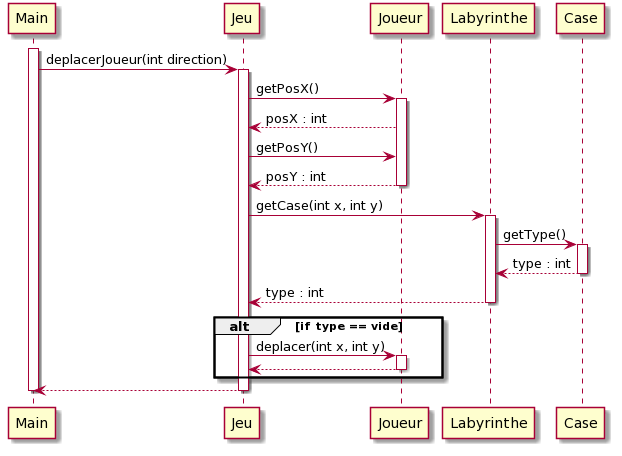
This is documents/version_1/Diagramme_séquence_mouvement_contre_mur.png from icetomtom/2020_COO_Zeldiablo_muller742u_etchevar1u_huet41u_bouillo15u, a PlantUML export, as it was before one commit.
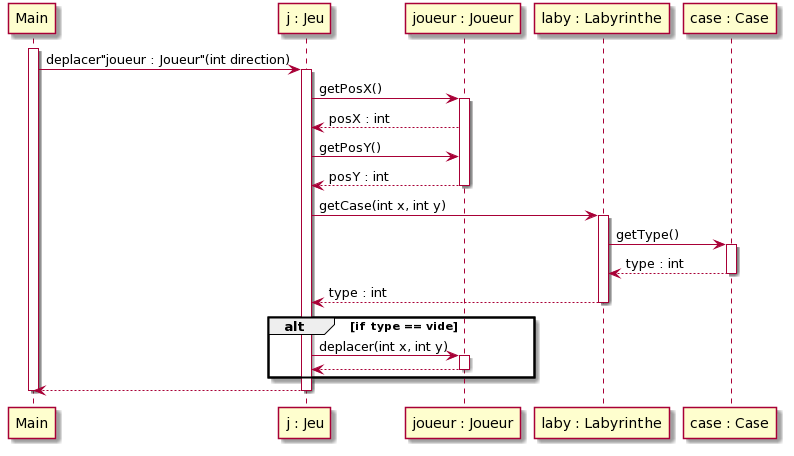
The same file after the commit.

Diff of the diagram source:
```diff
@@ -1,34 +1,34 @@
 @startuml
 activate Main
-Main -> Jeu : deplacerJoueur(int direction)
-activate Jeu
+Main -> "j : Jeu" : deplacer"joueur : Joueur"(int direction)
+activate "j : Jeu"
 
-Jeu -> Joueur : getPosX()
-activate Joueur
-Joueur --> Jeu : posX : int
-Jeu -> Joueur : getPosY()
-Joueur --> Jeu : posY : int
-deactivate Joueur
+"j : Jeu" -> "joueur : Joueur" : getPosX()
+activate "joueur : Joueur"
+"joueur : Joueur" --> "j : Jeu" : posX : int
+"j : Jeu" -> "joueur : Joueur" : getPosY()
+"joueur : Joueur" --> "j : Jeu" : posY : int
+deactivate "joueur : Joueur"
 
-Jeu -> Labyrinthe : getCase(int x, int y)
-activate Labyrinthe
+"j : Jeu" -> "laby : Labyrinthe" : getCase(int x, int y)
+activate "laby : Labyrinthe"
 
-Labyrinthe -> Case : getType()
-activate Case
-Case --> Labyrinthe : type : int
-deactivate Case
+"laby : Labyrinthe" -> "case : Case" : getType()
+activate "case : Case"
+"case : Case" --> "laby : Labyrinthe" : type : int
+deactivate "case : Case"
 
-Labyrinthe --> Jeu : type : int
-deactivate Labyrinthe
+"laby : Labyrinthe" --> "j : Jeu" : type : int
+deactivate "laby : Labyrinthe"
 
 alt if type == vide
-    Jeu -> Joueur : deplacer(int x, int y)
-    activate Joueur
-    Joueur --> Jeu
-    deactivate Joueur
+    "j : Jeu" -> "joueur : Joueur" : deplacer(int x, int y)
+    activate "joueur : Joueur"
+    "joueur : Joueur" --> "j : Jeu"
+    deactivate "joueur : Joueur"
 end
 
-Jeu --> Main
-deactivate Jeu
+"j : Jeu" --> Main
+deactivate "j : Jeu"
 deactivate Main
 @enduml
```
